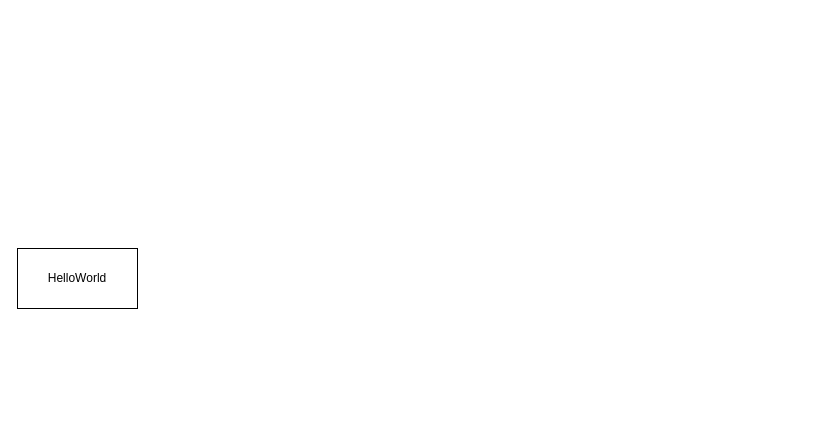
tjarker/edge-detection-accelerator keeps this draw.io diagram as doc/toplevel.drawio. Above is the earlier version. Source tidied: cells renumbered, new cells numbered last; positions are measured from the earlier drawing's top-left corner, leaving out a move shared by most shapes. Both pictures are drawn from the tidied source at 100%, with x=0, y=0 at pixel (17, 248).
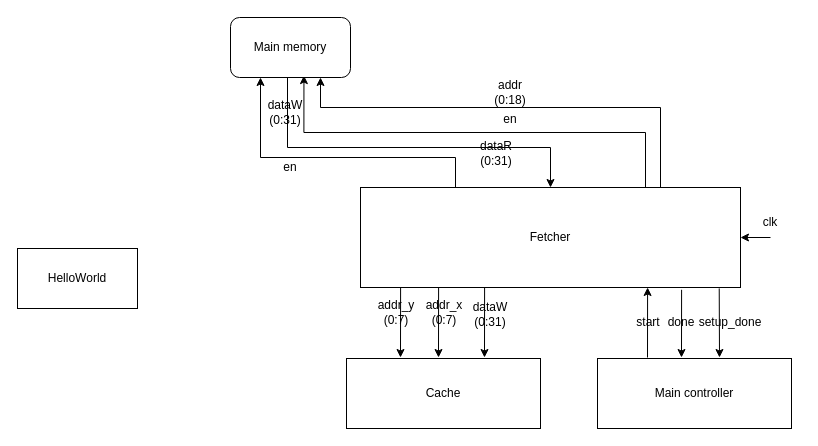
After the change.

Commit message:
Fetch in/outs added

Change to the diagram source:
```diff
@@
+    <mxCell id="3" style="edgeStyle=orthogonalEdgeStyle;rounded=0;jettySize=auto;html=1;exitX=0.25;exitY=0;exitDx=0;exitDy=0;entryX=0.75;entryY=1;entryDx=0;entryDy=0;endArrow=classic;endFill=1;" parent="1" edge="1" source="7" target="20">
+      <mxGeometry relative="1" as="geometry">
+        <Array as="points">
+          <mxPoint x="643" y="-61" />
+          <mxPoint x="643" y="-141" />
+          <mxPoint x="303" y="-141" />
+        </Array>
+      </mxGeometry>
+    </mxCell>
+    <mxCell id="4" style="edgeStyle=orthogonalEdgeStyle;rounded=0;jettySize=auto;html=1;exitX=0.75;exitY=0;exitDx=0;exitDy=0;entryX=0.612;entryY=0.968;entryDx=0;entryDy=0;entryPerimeter=0;endArrow=classic;endFill=1;" parent="1" edge="1" source="7" target="20">
+      <mxGeometry relative="1" as="geometry" />
+    </mxCell>
+    <mxCell id="5" style="edgeStyle=orthogonalEdgeStyle;rounded=0;jettySize=auto;html=1;exitX=1;exitY=0.5;exitDx=0;exitDy=0;endArrow=none;endFill=0;startArrow=classic;startFill=1;" parent="1" edge="1" source="7">
+      <mxGeometry relative="1" as="geometry">
+        <mxPoint x="753" y="-11" as="targetPoint" />
+      </mxGeometry>
+    </mxCell>
+    <mxCell id="6" style="edgeStyle=orthogonalEdgeStyle;rounded=0;jettySize=auto;html=1;exitX=0.25;exitY=0;exitDx=0;exitDy=0;entryX=0.25;entryY=1;entryDx=0;entryDy=0;startArrow=none;startFill=0;endArrow=classic;endFill=1;" parent="1" edge="1" source="7" target="20">
+      <mxGeometry relative="1" as="geometry">
+        <Array as="points">
+          <mxPoint x="438" y="-91" />
+          <mxPoint x="243" y="-91" />
+        </Array>
+      </mxGeometry>
+    </mxCell>
+    <mxCell id="7" value="Fetcher" style="rounded=0;whiteSpace=wrap;html=1;" parent="1" vertex="1">
+      <mxGeometry x="343" y="-61" width="380" height="100" as="geometry" />
+    </mxCell>
+    <mxCell id="8" value="setup_done&lt;br&gt;" style="text;html=1;strokeColor=none;fillColor=none;align=center;verticalAlign=middle;whiteSpace=wrap;rounded=0;" parent="1" vertex="1">
+      <mxGeometry x="683" y="59" width="60" height="30" as="geometry" />
+    </mxCell>
+    <mxCell id="9" style="endArrow=classic;html=1;rounded=0;exitX=0.944;exitY=1.009;exitDx=0;exitDy=0;exitPerimeter=0;" parent="1" edge="1" source="7">
+      <mxGeometry relative="1" as="geometry">
+        <mxPoint x="702" y="109" as="targetPoint" />
+      </mxGeometry>
+    </mxCell>
+    <mxCell id="10" style="endArrow=classic;html=1;rounded=0;exitX=0.816;exitY=1.023;exitDx=0;exitDy=0;exitPerimeter=0;" parent="1" edge="1">
+      <mxGeometry relative="1" as="geometry">
+        <mxPoint x="664.1" y="41.3" as="sourcePoint" />
+        <mxPoint x="664" y="109" as="targetPoint" />
+      </mxGeometry>
+    </mxCell>
+    <mxCell id="11" value="done" style="text;html=1;strokeColor=none;fillColor=none;align=center;verticalAlign=middle;whiteSpace=wrap;rounded=0;" parent="1" vertex="1">
+      <mxGeometry x="634" y="59" width="60" height="30" as="geometry" />
+    </mxCell>
+    <mxCell id="12" style="endArrow=none;html=1;rounded=0;exitX=0.816;exitY=1.023;exitDx=0;exitDy=0;exitPerimeter=0;endFill=0;startArrow=classic;startFill=1;" parent="1" edge="1">
+      <mxGeometry relative="1" as="geometry">
+        <mxPoint x="630.1" y="39" as="sourcePoint" />
+        <mxPoint x="630" y="109" as="targetPoint" />
+      </mxGeometry>
+    </mxCell>
+    <mxCell id="13" value="start" style="text;html=1;strokeColor=none;fillColor=none;align=center;verticalAlign=middle;whiteSpace=wrap;rounded=0;" parent="1" vertex="1">
+      <mxGeometry x="601" y="59" width="60" height="30" as="geometry" />
+    </mxCell>
+    <mxCell id="14" style="endArrow=classic;html=1;rounded=0;exitX=0.816;exitY=1.023;exitDx=0;exitDy=0;exitPerimeter=0;endFill=1;" parent="1" edge="1">
+      <mxGeometry relative="1" as="geometry">
+        <mxPoint x="421.1" y="39" as="sourcePoint" />
+        <mxPoint x="421" y="109" as="targetPoint" />
+      </mxGeometry>
+    </mxCell>
+    <mxCell id="15" value="addr_x&lt;br&gt;(0:7)" style="text;html=1;strokeColor=none;fillColor=none;align=center;verticalAlign=middle;whiteSpace=wrap;rounded=0;" parent="1" vertex="1">
+      <mxGeometry x="397" y="49" width="60" height="30" as="geometry" />
+    </mxCell>
+    <mxCell id="16" style="endArrow=classic;html=1;rounded=0;exitX=0.816;exitY=1.023;exitDx=0;exitDy=0;exitPerimeter=0;endFill=1;" parent="1" edge="1">
+      <mxGeometry relative="1" as="geometry">
+        <mxPoint x="383.1" y="39" as="sourcePoint" />
+        <mxPoint x="383" y="109" as="targetPoint" />
+      </mxGeometry>
+    </mxCell>
+    <mxCell id="17" value="addr_y&lt;br&gt;(0:7)" style="text;html=1;strokeColor=none;fillColor=none;align=center;verticalAlign=middle;whiteSpace=wrap;rounded=0;" parent="1" vertex="1">
+      <mxGeometry x="349" y="49" width="60" height="30" as="geometry" />
+    </mxCell>
+    <mxCell id="18" style="endArrow=classic;html=1;rounded=0;exitX=0.816;exitY=1.023;exitDx=0;exitDy=0;exitPerimeter=0;endFill=1;" parent="1" edge="1">
+      <mxGeometry relative="1" as="geometry">
+        <mxPoint x="467.1" y="39" as="sourcePoint" />
+        <mxPoint x="467" y="109" as="targetPoint" />
+      </mxGeometry>
+    </mxCell>
+    <mxCell id="19" style="edgeStyle=orthogonalEdgeStyle;rounded=0;jettySize=auto;html=1;exitX=0.25;exitY=1;exitDx=0;exitDy=0;entryX=0.5;entryY=0;entryDx=0;entryDy=0;startArrow=none;startFill=0;endArrow=classic;endFill=1;" parent="1" edge="1" source="20" target="7">
+      <mxGeometry relative="1" as="geometry">
+        <Array as="points">
+          <mxPoint x="270" y="-171" />
+          <mxPoint x="270" y="-101" />
+          <mxPoint x="533" y="-101" />
+        </Array>
+      </mxGeometry>
+    </mxCell>
+    <mxCell id="20" value="Main memory" style="rounded=1;whiteSpace=wrap;html=1;" parent="1" vertex="1">
+      <mxGeometry x="213" y="-231" width="120" height="60" as="geometry" />
+    </mxCell>
+    <mxCell id="21" value="addr&lt;br&gt;(0:18)" style="text;html=1;strokeColor=none;fillColor=none;align=center;verticalAlign=middle;whiteSpace=wrap;rounded=0;" parent="1" vertex="1">
+      <mxGeometry x="463" y="-171" width="60" height="30" as="geometry" />
+    </mxCell>
+    <mxCell id="22" value="en" style="text;html=1;strokeColor=none;fillColor=none;align=center;verticalAlign=middle;whiteSpace=wrap;rounded=0;" parent="1" vertex="1">
+      <mxGeometry x="463" y="-144" width="60" height="30" as="geometry" />
+    </mxCell>
+    <mxCell id="23" value="clk" style="text;html=1;strokeColor=none;fillColor=none;align=center;verticalAlign=middle;whiteSpace=wrap;rounded=0;" parent="1" vertex="1">
+      <mxGeometry x="723" y="-41" width="60" height="30" as="geometry" />
+    </mxCell>
+    <mxCell id="24" value="dataW&lt;br&gt;(0:31)" style="text;html=1;strokeColor=none;fillColor=none;align=center;verticalAlign=middle;whiteSpace=wrap;rounded=0;" parent="1" vertex="1">
+      <mxGeometry x="443" y="51" width="60" height="30" as="geometry" />
+    </mxCell>
+    <mxCell id="25" value="dataR&lt;br&gt;(0:31)" style="text;html=1;strokeColor=none;fillColor=none;align=center;verticalAlign=middle;whiteSpace=wrap;rounded=0;" parent="1" vertex="1">
+      <mxGeometry x="449" y="-110" width="60" height="30" as="geometry" />
+    </mxCell>
+    <mxCell id="26" value="dataW&lt;br&gt;(0:31)" style="text;html=1;strokeColor=none;fillColor=none;align=center;verticalAlign=middle;whiteSpace=wrap;rounded=0;" parent="1" vertex="1">
+      <mxGeometry x="238" y="-151" width="60" height="30" as="geometry" />
+    </mxCell>
+    <mxCell id="27" value="Cache" style="rounded=0;whiteSpace=wrap;html=1;" parent="1" vertex="1">
+      <mxGeometry x="329" y="110" width="194" height="70" as="geometry" />
+    </mxCell>
+    <mxCell id="28" value="Main controller" style="rounded=0;whiteSpace=wrap;html=1;" parent="1" vertex="1">
+      <mxGeometry x="580" y="110" width="194" height="70" as="geometry" />
+    </mxCell>
+    <mxCell id="29" value="en" style="text;html=1;strokeColor=none;fillColor=none;align=center;verticalAlign=middle;whiteSpace=wrap;rounded=0;" parent="1" vertex="1">
+      <mxGeometry x="243" y="-96" width="60" height="30" as="geometry" />
+    </mxCell>
```
